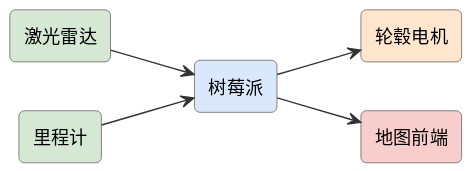
Above: assets/diagrams/ideas-fig97.svg in mingyi0818/IntelligentMcuCourse (PlantUML), before the change.
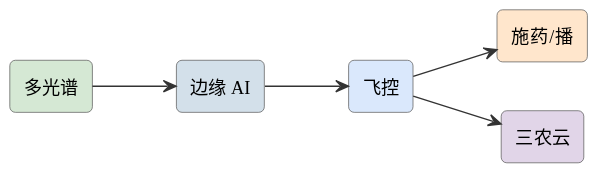
The same file after the commit.

Diff of the diagram source:
```diff
@@ -6,13 +6,13 @@
 skinparam arrowFontSize 11
 skinparam arrowColor #333
 left to right direction
-rectangle "激光雷达" as lidar #d5e8d4
-rectangle "里程计" as odo #d5e8d4
-rectangle "树莓派" as pc #dae8fc
-rectangle "轮毂电机" as motor #ffe6cc
-rectangle "地图前端" as map #f8cecc
-lidar --> pc
-odo --> pc
-pc --> motor
-pc --> map
+rectangle "多光谱" as cam #d5e8d4
+rectangle "边缘 AI" as ai #d3e0ea
+rectangle "飞控" as fc #dae8fc
+rectangle "施药/播" as act #ffe6cc
+rectangle "三农云" as cloud #e1d5e8
+cam --> ai
+ai --> fc
+fc --> act
+fc --> cloud
 @enduml
```
